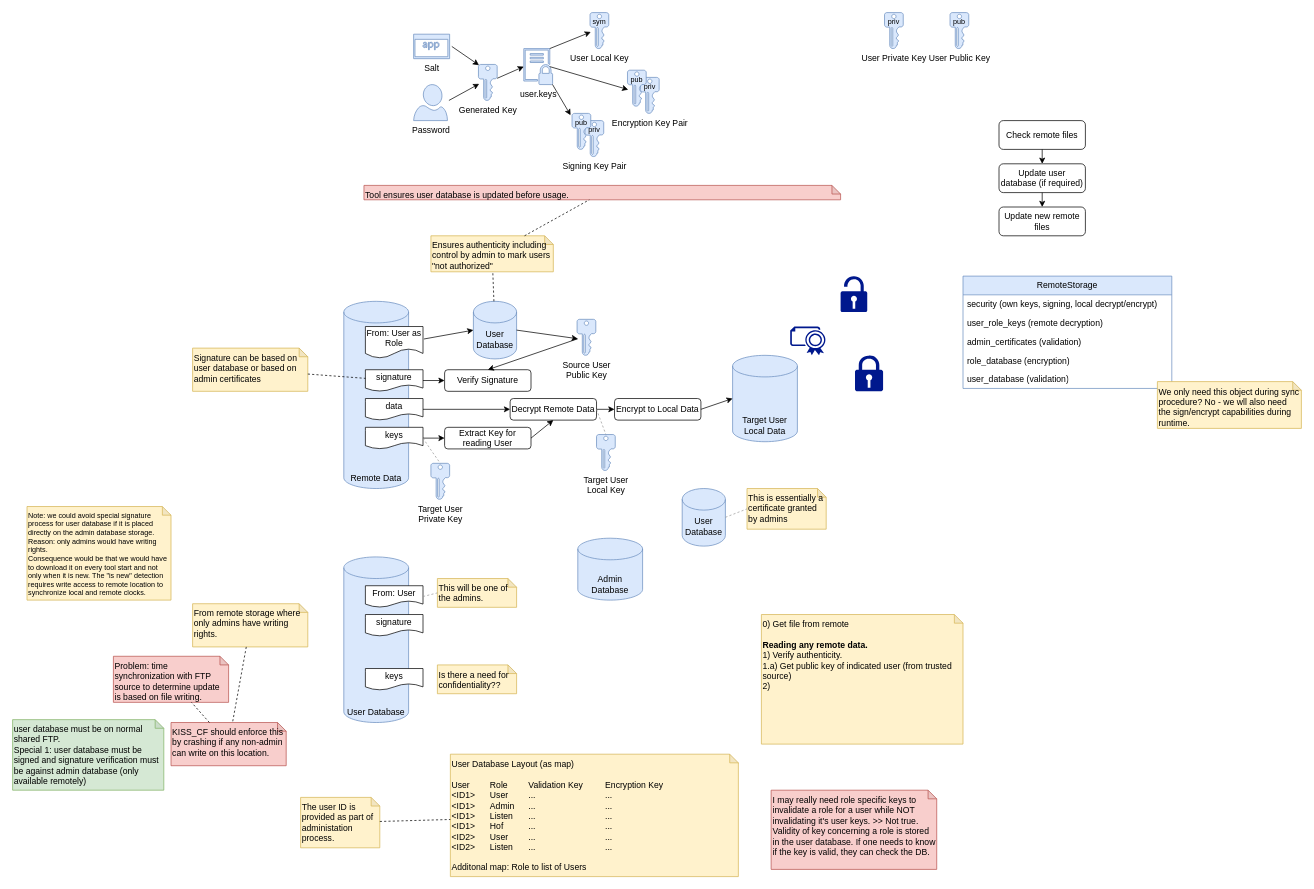
alexander-rd/appxf keeps this draw.io diagram as page "SecurityPattern" (7 of 7) of doc/security.drawio. Above is the earlier version. Source tidied: cells renumbered, new cells numbered last; positions are measured from the earlier drawing's top-left corner, leaving out a move shared by most shapes. Both pictures are drawn from the tidied source at 72%, with x=0, y=0 at pixel (12, 12).
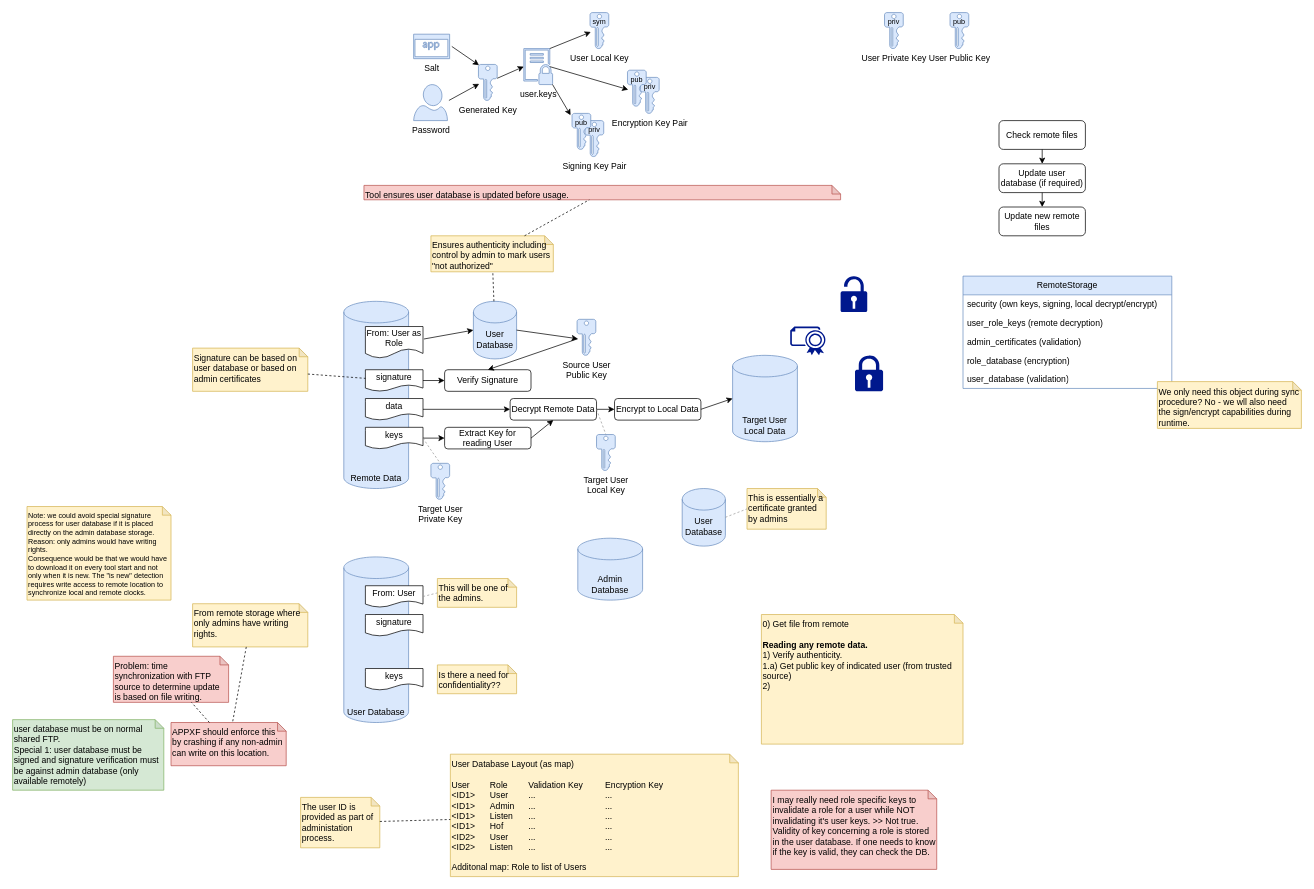
Above is the later version.

The edit, as a diff of the source:
```diff
@@
-    <mxCell id="94" value="KISS_CF should enforce this by crashing if any non-admin can write on this location." style="shape=note;whiteSpace=wrap;html=1;backgroundOutline=1;darkOpacity=0.05;align=left;size=12;horizontal=1;verticalAlign=top;fillColor=#f8cecc;strokeColor=#b85450;" parent="1" vertex="1">
+    <mxCell id="94" value="APPXF should enforce this by crashing if any non-admin can write on this location." style="shape=note;whiteSpace=wrap;html=1;backgroundOutline=1;darkOpacity=0.05;align=left;size=12;horizontal=1;verticalAlign=top;fillColor=#f8cecc;strokeColor=#b85450;" parent="1" vertex="1">
       <mxGeometry x="220" y="986" width="160" height="60" as="geometry" />
     </mxCell>
```
